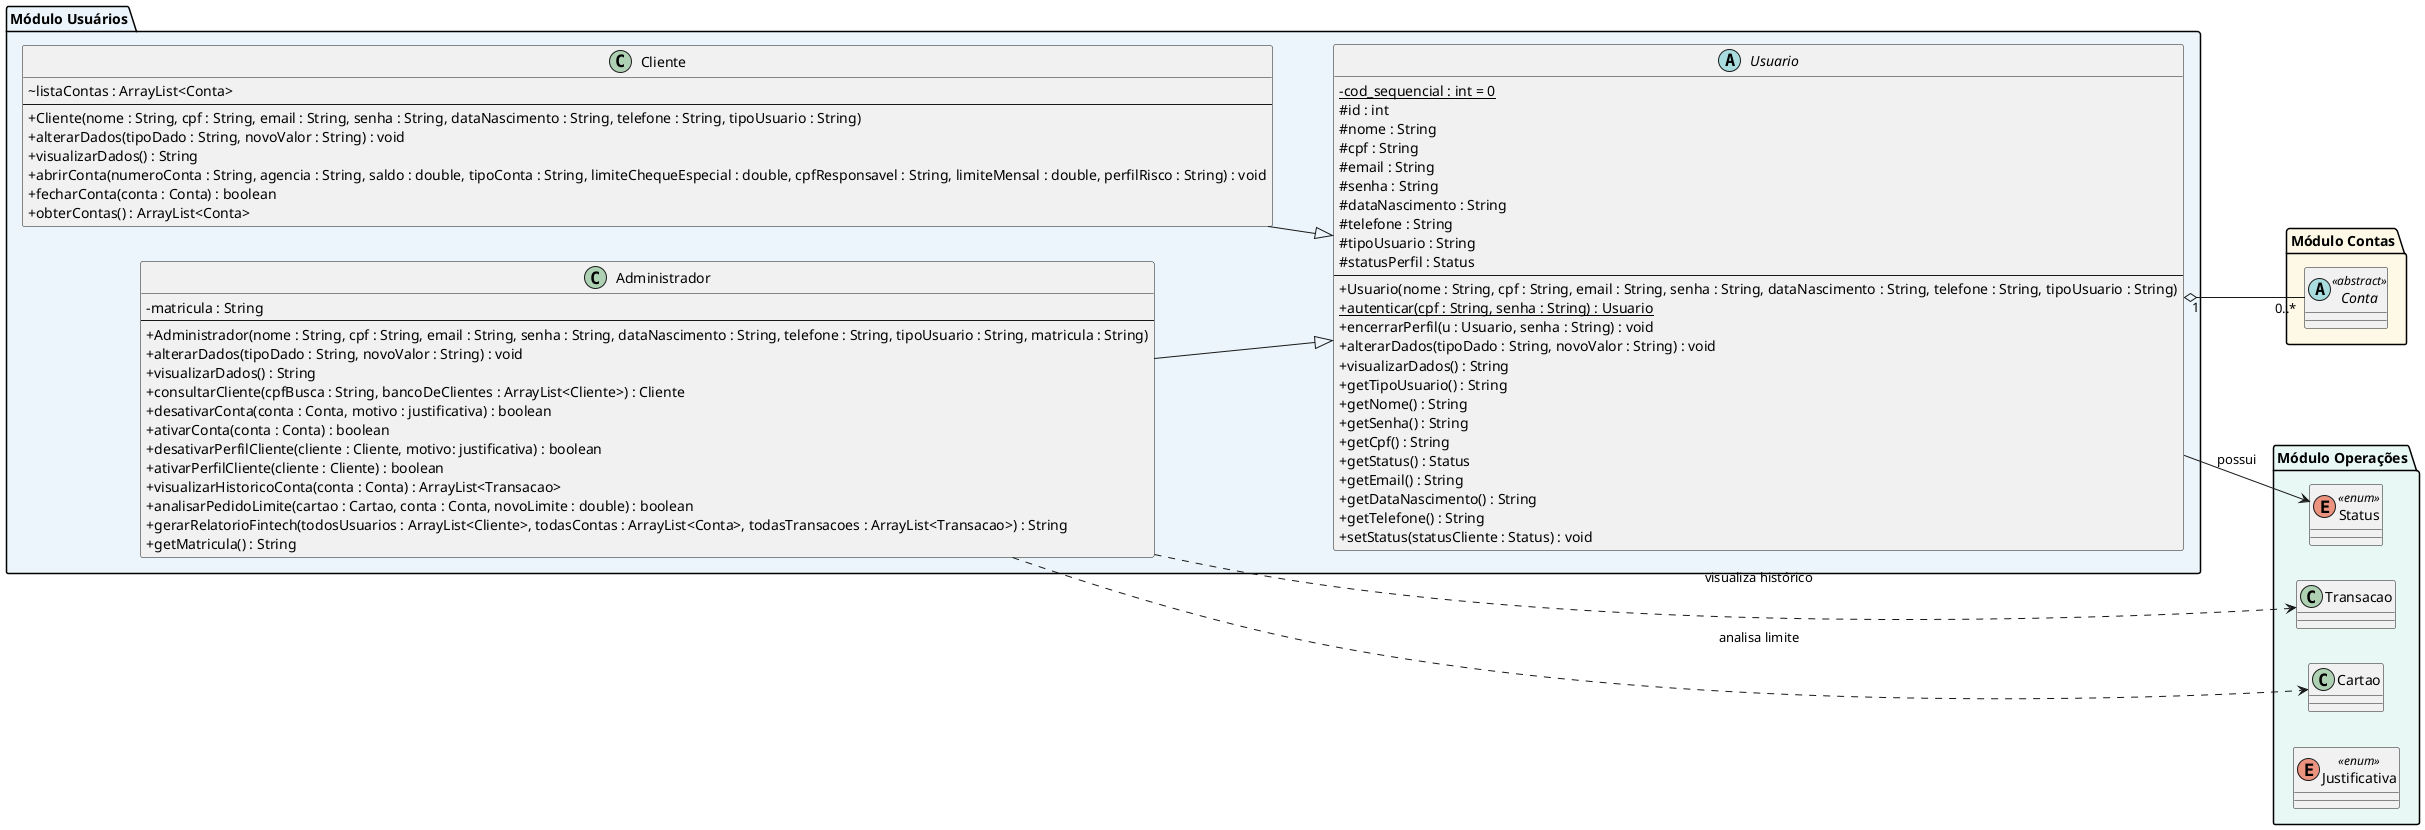
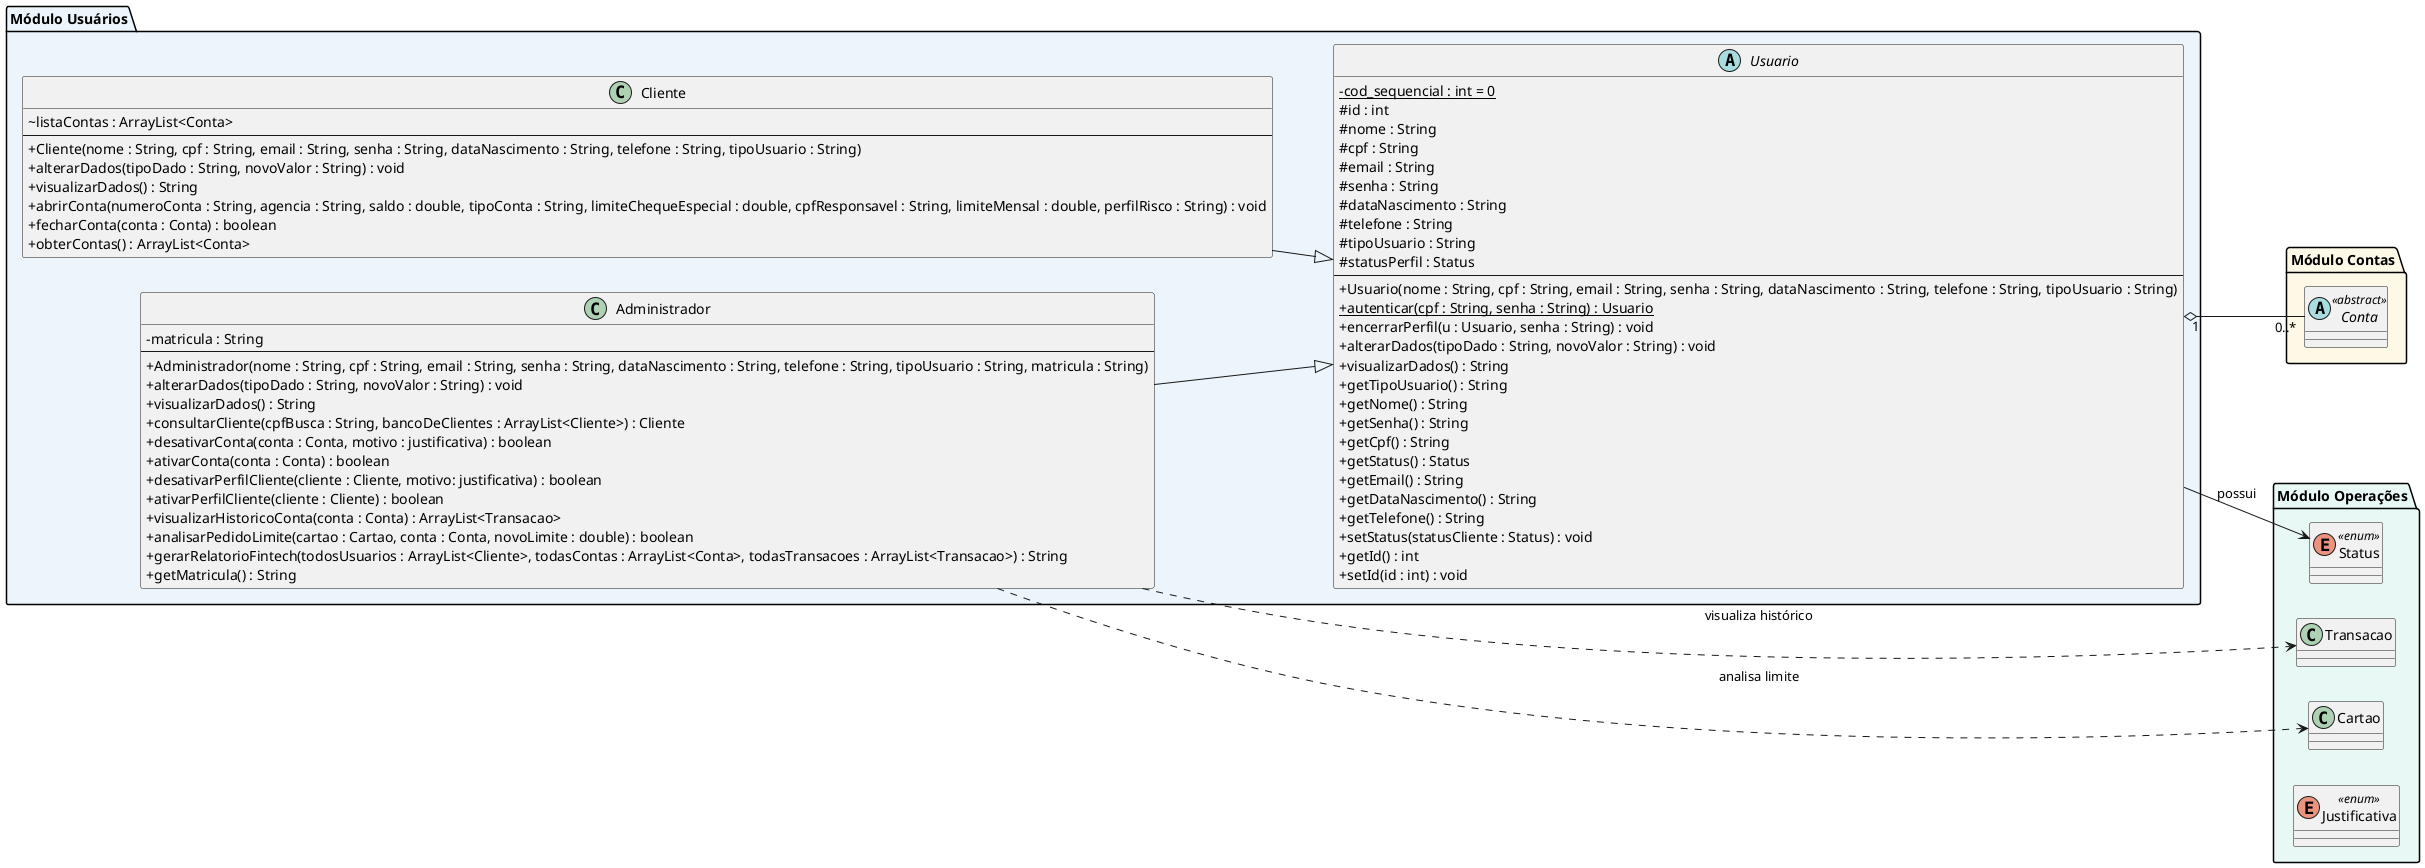
@startuml Módulo Usuários (Visão Expandida)
skinparam classAttributeIconSize 0
left to right direction

package "Módulo Usuários" #EBF5FB {
    abstract class Usuario {
        - {static} cod_sequencial : int = 0
        # id : int
        # nome : String
        # cpf : String
        # email : String
        # senha : String
        # dataNascimento : String
        # telefone : String
        # tipoUsuario : String
        # statusPerfil : Status
        --
        + Usuario(nome : String, cpf : String, email : String, senha : String, dataNascimento : String, telefone : String, tipoUsuario : String)
        + {static} autenticar(cpf : String, senha : String) : Usuario
        + encerrarPerfil(u : Usuario, senha : String) : void
        + alterarDados(tipoDado : String, novoValor : String) : void
        + visualizarDados() : String
        + getTipoUsuario() : String
        + getNome() : String
        + getSenha() : String
        + getCpf() : String
        + getStatus() : Status
        + getEmail() : String
        + getDataNascimento() : String
        + getTelefone() : String
        + setStatus(statusCliente : Status) : void
+         + getId() : int
+         + setId(id : int) : void
    }

    class Cliente {
        ~ listaContas : ArrayList<Conta>
        --
        + Cliente(nome : String, cpf : String, email : String, senha : String, dataNascimento : String, telefone : String, tipoUsuario : String)
        + alterarDados(tipoDado : String, novoValor : String) : void
        + visualizarDados() : String
        + abrirConta(numeroConta : String, agencia : String, saldo : double, tipoConta : String, limiteChequeEspecial : double, cpfResponsavel : String, limiteMensal : double, perfilRisco : String) : void
        + fecharConta(conta : Conta) : boolean
        + obterContas() : ArrayList<Conta>
    }

    class Administrador {
        - matricula : String
        --
        + Administrador(nome : String, cpf : String, email : String, senha : String, dataNascimento : String, telefone : String, tipoUsuario : String, matricula : String)
        + alterarDados(tipoDado : String, novoValor : String) : void
        + visualizarDados() : String
        + consultarCliente(cpfBusca : String, bancoDeClientes : ArrayList<Cliente>) : Cliente
        + desativarConta(conta : Conta, motivo : justificativa) : boolean
        + ativarConta(conta : Conta) : boolean
        + desativarPerfilCliente(cliente : Cliente, motivo: justificativa) : boolean
        + ativarPerfilCliente(cliente : Cliente) : boolean
        + visualizarHistoricoConta(conta : Conta) : ArrayList<Transacao>
        + analisarPedidoLimite(cartao : Cartao, conta : Conta, novoLimite : double) : boolean
        + gerarRelatorioFintech(todosUsuarios : ArrayList<Cliente>, todasContas : ArrayList<Conta>, todasTransacoes : ArrayList<Transacao>) : String
        + getMatricula() : String
    }

    Cliente -down-|> Usuario
    Administrador -down-|> Usuario
}

package "Módulo Contas" #FEF9E7 {
    abstract class Conta <<abstract>>
}

package "Módulo Operações" #E8F8F5 {
    class Transacao
    class Cartao
    enum Status <<enum>>
    enum Justificativa <<enum>>
}

Usuario "1" o-- "0..*" Conta
Usuario --> Status : possui
Administrador ..> Cartao : analisa limite
Administrador ..> Transacao : visualiza histórico
@enduml